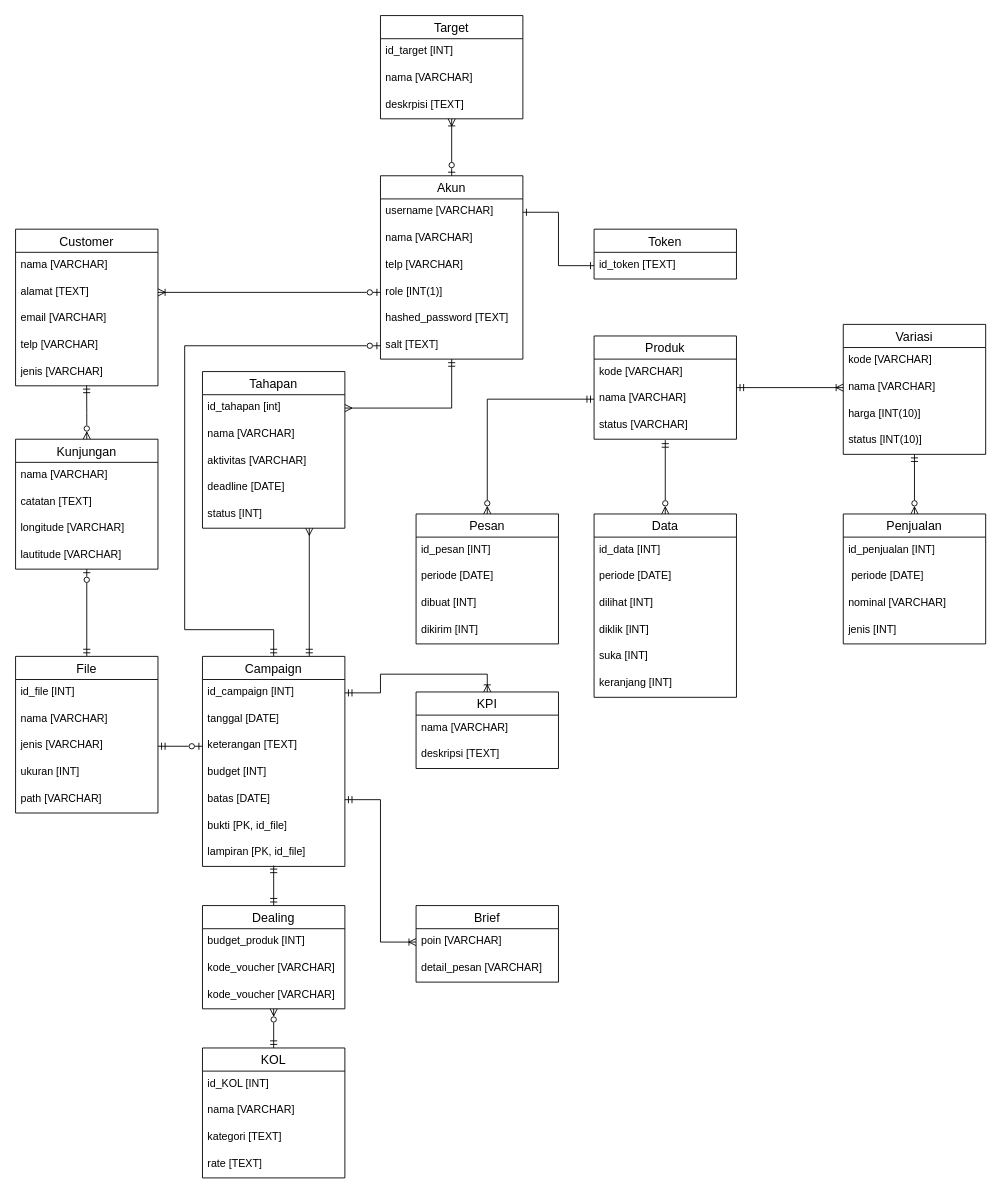
Above: page "ERD" (1 of 2) of Diagram_Mitra Koperasi Malabar.drawio in NararyaPutra/Dokumentasi_Project-Koperasi-Mitra-Malabar (draw.io), before the change. Source tidied: cells renumbered, new cells numbered last; positions are measured from the earlier drawing's top-left corner, leaving out a move shared by most shapes. Both pictures are drawn from the tidied source at 89%, with x=0, y=0 at pixel (15, 15).
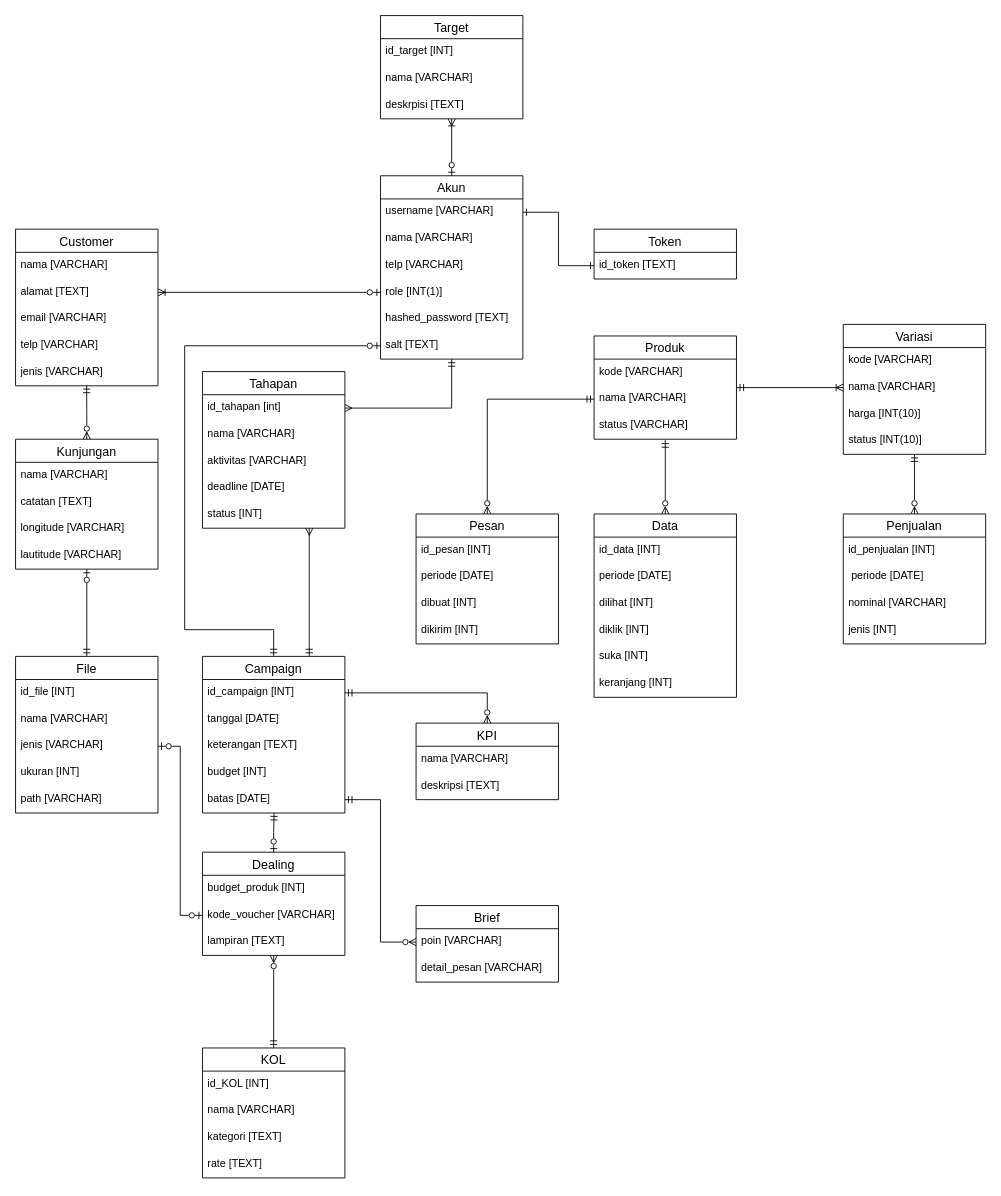
The same page after the edit.

Commit message:
Perbarui ERD

The change refers to these unchanged cells:
```xml
<mxCell id="45" value="id_campaign [INT]" style="text;strokeColor=none;fillColor=none;spacingLeft=4;spacingRight=4;overflow=hidden;points=[[0,0.5],[1,0.5]];portConstraint=eastwest;fontSize=12;whiteSpace=wrap;html=1;" parent="44" vertex="1">
  <mxGeometry y="26" width="160" height="30" as="geometry" />
</mxCell>
<mxCell id="47" value="keterangan [TEXT]" style="text;strokeColor=none;fillColor=none;spacingLeft=4;spacingRight=4;overflow=hidden;points=[[0,0.5],[1,0.5]];portConstraint=eastwest;fontSize=12;whiteSpace=wrap;html=1;" parent="44" vertex="1">
  <mxGeometry y="86" width="160" height="30" as="geometry" />
</mxCell>
<mxCell id="49" value="batas [DATE]" style="text;strokeColor=none;fillColor=none;spacingLeft=4;spacingRight=4;overflow=hidden;points=[[0,0.5],[1,0.5]];portConstraint=eastwest;fontSize=12;whiteSpace=wrap;html=1;" parent="44" vertex="1">
  <mxGeometry y="146" width="160" height="30" as="geometry" />
</mxCell>
<mxCell id="56" value="jenis [VARCHAR]" style="text;strokeColor=none;fillColor=none;spacingLeft=4;spacingRight=4;overflow=hidden;points=[[0,0.5],[1,0.5]];portConstraint=eastwest;fontSize=12;whiteSpace=wrap;html=1;" parent="53" vertex="1">
  <mxGeometry y="86" width="160" height="30" as="geometry" />
</mxCell>
<mxCell id="92" value="kode_voucher [VARCHAR]" style="text;strokeColor=none;fillColor=none;spacingLeft=4;spacingRight=4;overflow=hidden;points=[[0,0.5],[1,0.5]];portConstraint=eastwest;fontSize=12;whiteSpace=wrap;html=1;" parent="90" vertex="1">
  <mxGeometry y="56" width="160" height="30" as="geometry" />
</mxCell>
<mxCell id="96" value="poin [VARCHAR]" style="text;strokeColor=none;fillColor=none;spacingLeft=4;spacingRight=4;overflow=hidden;points=[[0,0.5],[1,0.5]];portConstraint=eastwest;fontSize=12;whiteSpace=wrap;html=1;" parent="95" vertex="1">
  <mxGeometry y="26" width="160" height="30" as="geometry" />
</mxCell>
```

Diff of the diagram source:
```diff
@@
     <mxCell id="44" value="Campaign" style="swimlane;fontStyle=0;horizontal=1;startSize=26;align=center;fontSize=14;" parent="1" vertex="1">
-      <mxGeometry x="210" y="720" width="160" height="236" as="geometry" />
+      <mxGeometry x="210" y="720" width="160" height="176" as="geometry" />
     </mxCell>
@@
-    <mxCell id="50" value="bukti [PK, id_file]" style="text;strokeColor=none;fillColor=none;spacingLeft=4;spacingRight=4;overflow=hidden;fontSize=12;whiteSpace=wrap;html=1;" parent="44" vertex="1">
-      <mxGeometry y="176" width="160" height="30" as="geometry" />
-    </mxCell>
-    <mxCell id="51" value="lampiran [PK, id_file]" style="text;strokeColor=none;fillColor=none;spacingLeft=4;spacingRight=4;overflow=hidden;points=[[0,0.5],[1,0.5]];portConstraint=eastwest;fontSize=12;whiteSpace=wrap;html=1;" parent="44" vertex="1">
-      <mxGeometry y="206" width="160" height="30" as="geometry" />
-    </mxCell>
@@
     <mxCell id="59" value="KPI" style="swimlane;fontStyle=0;horizontal=1;startSize=26;align=center;fontSize=14;" parent="1" vertex="1">
-      <mxGeometry x="450" y="760" width="160" height="86" as="geometry" />
+      <mxGeometry x="450" y="795" width="160" height="86" as="geometry" />
     </mxCell>
@@
-    <mxCell id="62" style="edgeStyle=orthogonalEdgeStyle;rounded=0;jettySize=auto;html=1;exitX=0.5;exitY=0;exitDx=0;exitDy=0;endArrow=ERmandOne;endFill=0;startArrow=ERoneToMany;startFill=0;entryX=1;entryY=0.5;entryDx=0;entryDy=0;" parent="1" edge="1" source="59" target="45">
+    <mxCell id="62" style="edgeStyle=orthogonalEdgeStyle;rounded=0;jettySize=auto;html=1;exitX=0.5;exitY=0;exitDx=0;exitDy=0;endArrow=ERmandOne;endFill=0;startArrow=ERzeroToMany;startFill=0;entryX=1;entryY=0.5;entryDx=0;entryDy=0;" parent="1" edge="1" source="59" target="45">
       <mxGeometry relative="1" as="geometry" />
     </mxCell>
@@
-    <mxCell id="75" style="edgeStyle=orthogonalEdgeStyle;rounded=0;jettySize=auto;html=1;exitX=0;exitY=0.5;exitDx=0;exitDy=0;entryX=1;entryY=0.5;entryDx=0;entryDy=0;endArrow=ERmandOne;endFill=0;startArrow=ERzeroToOne;startFill=0;" parent="1" edge="1" source="47" target="56">
+    <mxCell id="75" style="edgeStyle=orthogonalEdgeStyle;rounded=0;jettySize=auto;html=1;exitX=0;exitY=0.5;exitDx=0;exitDy=0;entryX=1;entryY=0.5;entryDx=0;entryDy=0;endArrow=ERzeroToOne;endFill=0;startArrow=ERzeroToOne;startFill=0;" parent="1" edge="1" source="92" target="56">
       <mxGeometry relative="1" as="geometry" />
     </mxCell>
@@
-    <mxCell id="89" style="edgeStyle=orthogonalEdgeStyle;rounded=0;jettySize=auto;html=1;exitX=0.5;exitY=0;exitDx=0;exitDy=0;entryX=0.5;entryY=0.967;entryDx=0;entryDy=0;entryPerimeter=0;endArrow=ERmandOne;endFill=0;startArrow=ERmandOne;startFill=0;" parent="1" edge="1" source="90" target="51">
+    <mxCell id="89" style="edgeStyle=orthogonalEdgeStyle;rounded=0;jettySize=auto;html=1;exitX=0.5;exitY=0;exitDx=0;exitDy=0;entryX=0.503;entryY=0.992;entryDx=0;entryDy=0;entryPerimeter=0;endArrow=ERmandOne;endFill=0;startArrow=ERzeroToOne;startFill=0;" parent="1" edge="1" source="90" target="49">
       <mxGeometry relative="1" as="geometry" />
     </mxCell>
     <mxCell id="90" value="Dealing" style="swimlane;fontStyle=0;horizontal=1;startSize=26;align=center;fontSize=14;" parent="1" vertex="1">
-      <mxGeometry x="210" y="1000" width="160" height="116" as="geometry" />
+      <mxGeometry x="210" y="940" width="160" height="116" as="geometry" />
     </mxCell>
@@
-    <mxCell id="93" value="kode_voucher [VARCHAR]" style="text;strokeColor=none;fillColor=none;spacingLeft=4;spacingRight=4;overflow=hidden;fontSize=12;whiteSpace=wrap;html=1;" parent="90" vertex="1">
-      <mxGeometry y="86" width="160" height="30" as="geometry" />
-    </mxCell>
+    <mxCell id="104" value="lampiran [TEXT]" style="text;strokeColor=none;fillColor=none;spacingLeft=4;spacingRight=4;overflow=hidden;fontSize=12;whiteSpace=wrap;html=1;" parent="90" vertex="1">
+      <mxGeometry y="86" width="160" height="30" as="geometry" />
+    </mxCell>
@@
-    <mxCell id="98" style="edgeStyle=orthogonalEdgeStyle;rounded=0;jettySize=auto;html=1;exitX=0;exitY=0.5;exitDx=0;exitDy=0;entryX=1;entryY=0.5;entryDx=0;entryDy=0;endArrow=ERmandOne;endFill=0;startArrow=ERoneToMany;startFill=0;" parent="1" edge="1" source="96" target="49">
+    <mxCell id="98" style="edgeStyle=orthogonalEdgeStyle;rounded=0;jettySize=auto;html=1;exitX=0;exitY=0.5;exitDx=0;exitDy=0;entryX=1;entryY=0.5;entryDx=0;entryDy=0;endArrow=ERmandOne;endFill=0;startArrow=ERzeroToMany;startFill=0;" parent="1" edge="1" source="96" target="49">
       <mxGeometry relative="1" as="geometry" />
     </mxCell>
```
